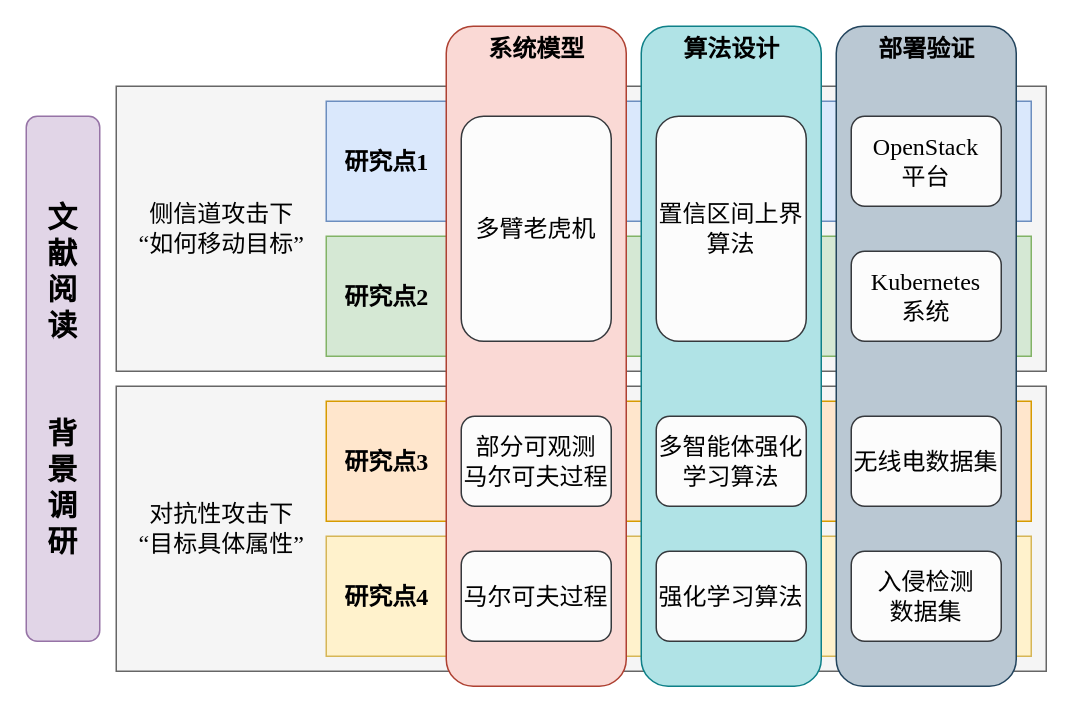
Earlier version of the draw.io diagram 研究方法.drawio (weyg0/Diagrams). Source tidied: cells renumbered, new cells numbered last; positions are measured from the earlier drawing's top-left corner, leaving out a move shared by most shapes. Both pictures are drawn from the tidied source at 150%, with x=0, y=0 at pixel (26, 26).
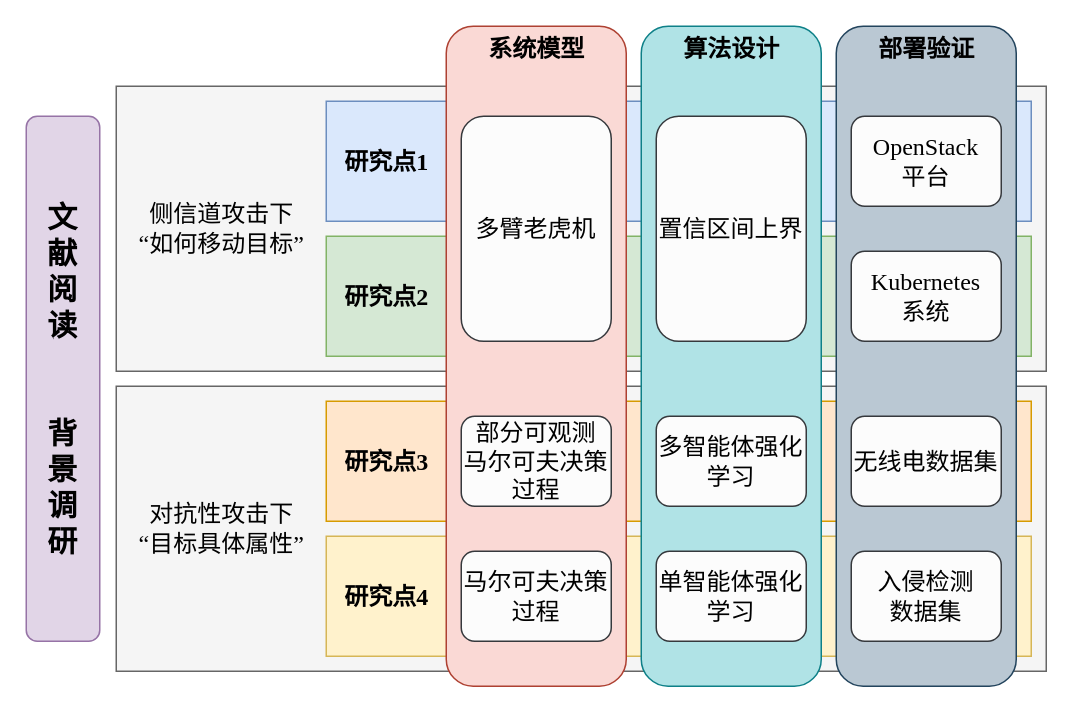
After the change.

Commit message:
更新研究方法.drawio

Change to the diagram source:
```diff
@@
-    <mxCell id="18" value="部分可观测&lt;br&gt;马尔可夫过程" style="rounded=1;whiteSpace=wrap;html=1;fontFamily=Times New Roman;fontSize=16;fillColor=#FCFCFC;strokeColor=#36393d;" parent="1" vertex="1">
+    <mxCell id="18" value="部分可观测&lt;br&gt;马尔可夫决策过程" style="rounded=1;whiteSpace=wrap;html=1;fontFamily=Times New Roman;fontSize=16;fillColor=#FCFCFC;strokeColor=#36393d;" parent="1" vertex="1">
       <mxGeometry x="290" y="260" width="100" height="60" as="geometry" />
     </mxCell>
-    <mxCell id="19" value="马尔可夫过程" style="rounded=1;whiteSpace=wrap;html=1;fontFamily=Times New Roman;fontSize=16;fillColor=#FCFCFC;strokeColor=#36393d;" parent="1" vertex="1">
+    <mxCell id="19" value="马尔可夫决策过程" style="rounded=1;whiteSpace=wrap;html=1;fontFamily=Times New Roman;fontSize=16;fillColor=#FCFCFC;strokeColor=#36393d;" parent="1" vertex="1">
       <mxGeometry x="290" y="350" width="100" height="60" as="geometry" />
     </mxCell>
-    <mxCell id="20" value="置信区间上界算法" style="rounded=1;whiteSpace=wrap;html=1;fontFamily=Times New Roman;fontSize=16;fillColor=#FCFCFC;strokeColor=#36393d;" parent="1" vertex="1">
+    <mxCell id="20" value="置信区间上界" style="rounded=1;whiteSpace=wrap;html=1;fontFamily=Times New Roman;fontSize=16;fillColor=#FCFCFC;strokeColor=#36393d;" parent="1" vertex="1">
       <mxGeometry x="420" y="60" width="100" height="150" as="geometry" />
     </mxCell>
-    <mxCell id="21" value="多智能体强化学习算法" style="rounded=1;whiteSpace=wrap;html=1;fontFamily=Times New Roman;fontSize=16;fillColor=#FCFCFC;strokeColor=#36393d;" parent="1" vertex="1">
+    <mxCell id="21" value="多智能体强化学习" style="rounded=1;whiteSpace=wrap;html=1;fontFamily=Times New Roman;fontSize=16;fillColor=#FCFCFC;strokeColor=#36393d;" parent="1" vertex="1">
       <mxGeometry x="420" y="260" width="100" height="60" as="geometry" />
     </mxCell>
-    <mxCell id="22" value="强化学习算法" style="rounded=1;whiteSpace=wrap;html=1;fontFamily=Times New Roman;fontSize=16;fillColor=#FCFCFC;strokeColor=#36393d;" parent="1" vertex="1">
+    <mxCell id="22" value="单智能体强化学习" style="rounded=1;whiteSpace=wrap;html=1;fontFamily=Times New Roman;fontSize=16;fillColor=#FCFCFC;strokeColor=#36393d;" parent="1" vertex="1">
       <mxGeometry x="420" y="350" width="100" height="60" as="geometry" />
     </mxCell>
```
